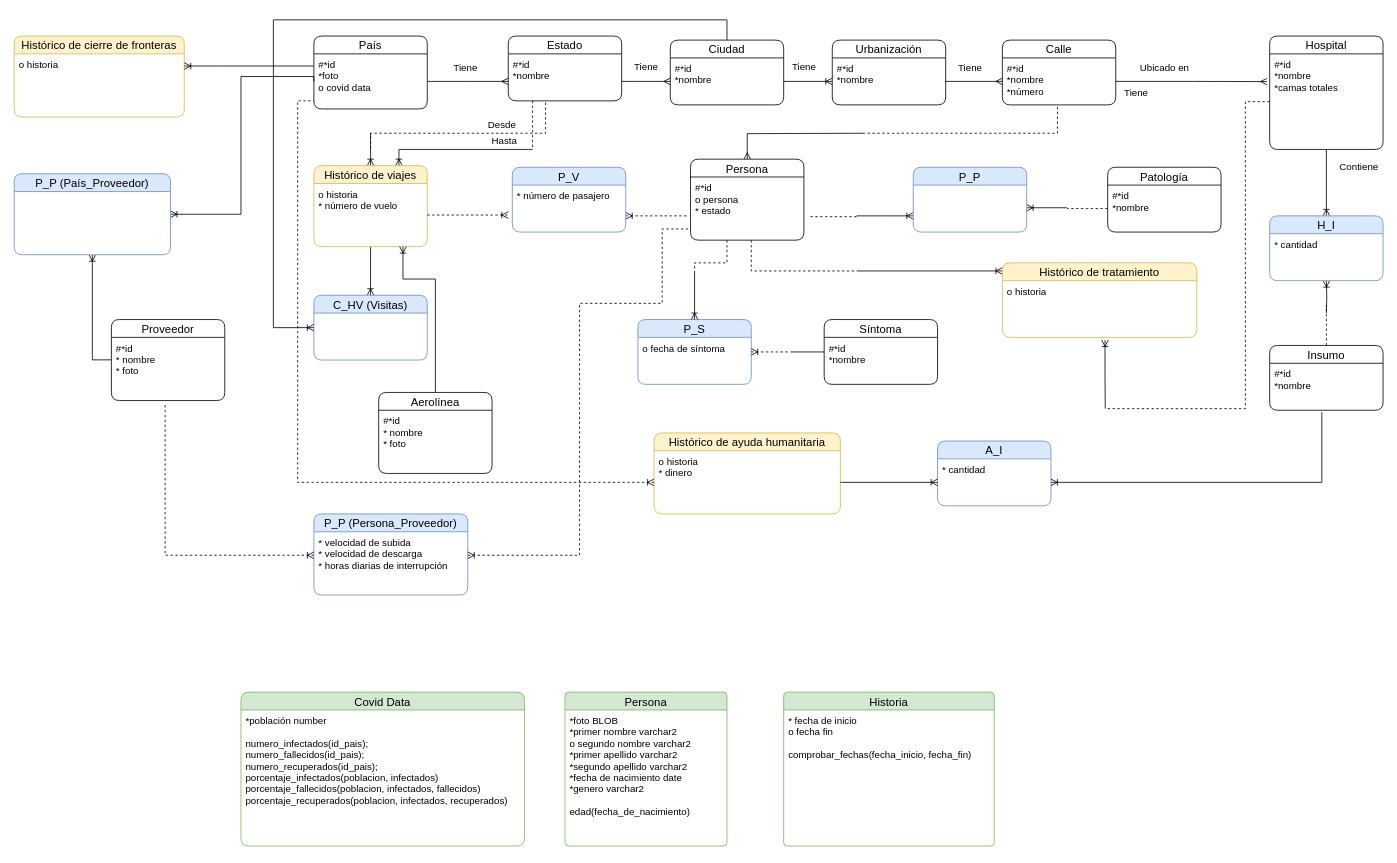
Above: DB II/ER Prototype.drawio in NeutronBlast/IS-Ex (draw.io), before the change. Source tidied: cells renumbered, new cells numbered last; positions are measured from the earlier drawing's top-left corner, leaving out a move shared by most shapes. Both pictures are drawn from the tidied source at 81%, with x=0, y=0 at pixel (14, 19).
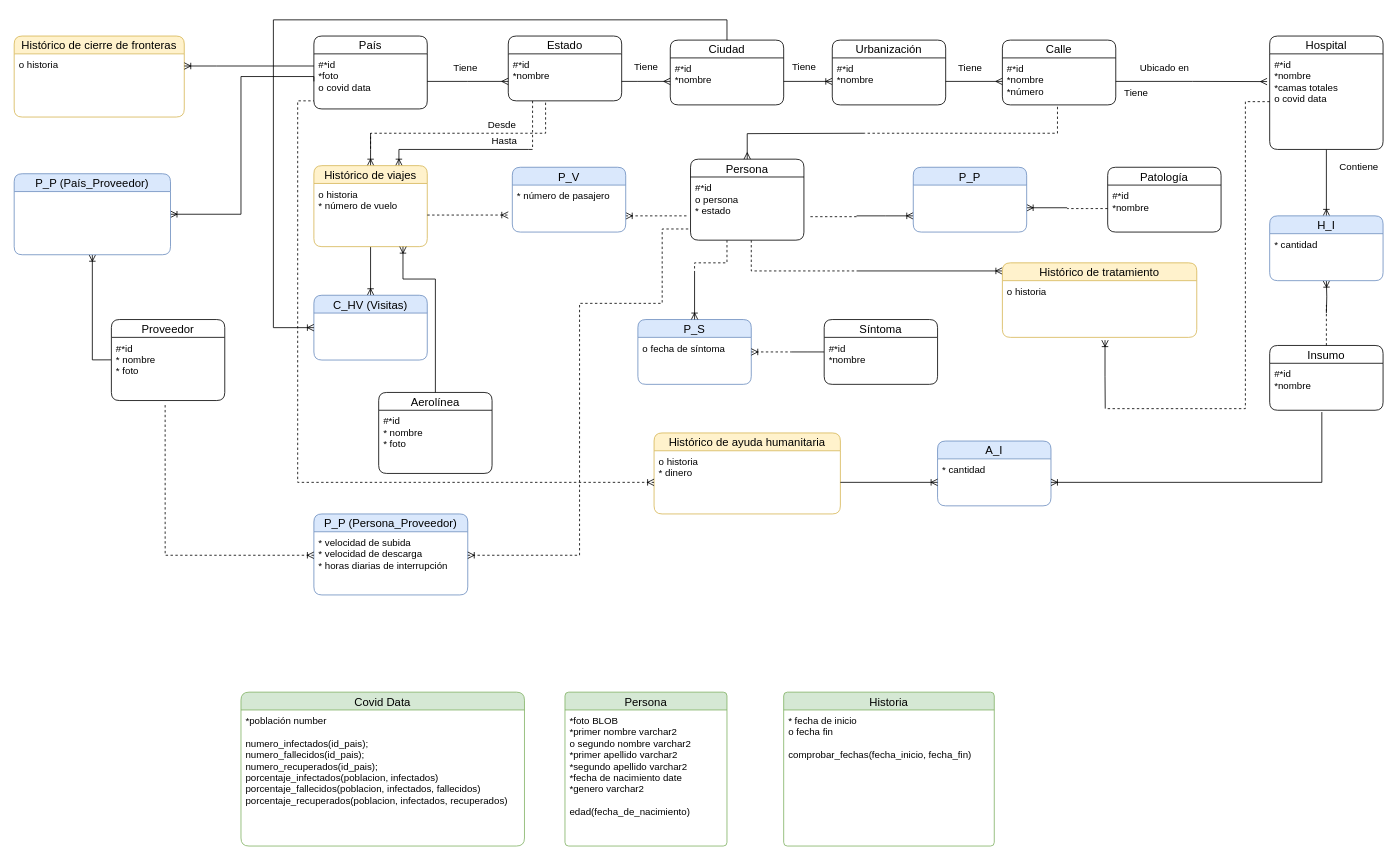
After the change.

The change refers to these unchanged cells:
```xml
<mxCell id="49" value="Hospital" style="swimlane;fontStyle=0;horizontal=1;startSize=22;fillColor=none;swimlaneFillColor=#ffffff;align=center;fontSize=14;rounded=1;" parent="1" vertex="1">
  <mxGeometry x="1550" y="20" width="140" height="140" as="geometry" />
</mxCell>
```

Diff of the diagram source:
```diff
@@
-    <mxCell id="50" value="#*id&#10;*nombre&#10;*camas totales" style="text;strokeColor=none;fillColor=none;spacingLeft=4;spacingRight=4;overflow=hidden;points=[[0,0.5],[1,0.5]];portConstraint=eastwest;fontSize=12;" parent="49" vertex="1">
+    <mxCell id="50" value="#*id&#10;*nombre&#10;*camas totales&#10;o covid data" style="text;strokeColor=none;fillColor=none;spacingLeft=4;spacingRight=4;overflow=hidden;points=[[0,0.5],[1,0.5]];portConstraint=eastwest;fontSize=12;" parent="49" vertex="1">
       <mxGeometry y="22" width="140" height="118" as="geometry" />
     </mxCell>
```
